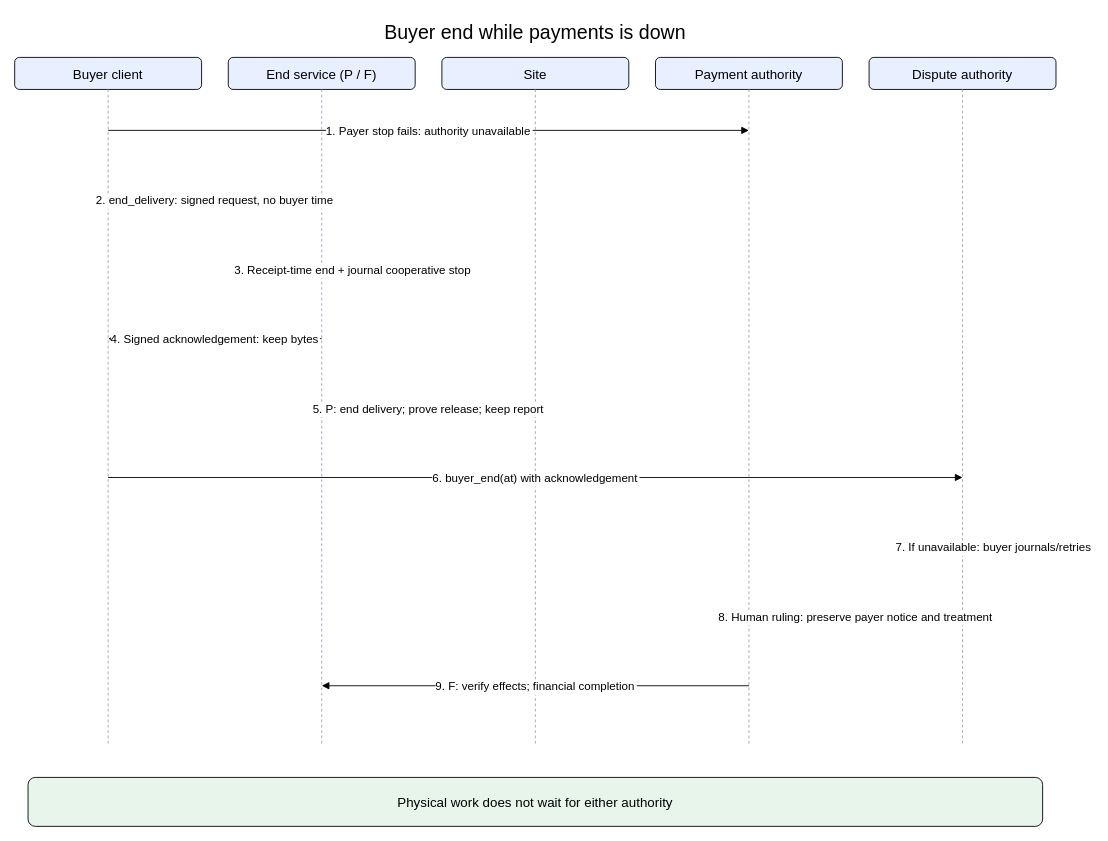
This is openspec/changes/converge-ongoing-compute-leases/diagrams/01-buyer-cancel-payments-down.drawio from arkhai-io/simple-compute-market, a draw.io file, before an edit. Source tidied: cells renumbered, new cells numbered last; positions are measured from the earlier drawing's top-left corner, leaving out a move shared by most shapes. Both pictures are drawn from the tidied source at 89%, with x=0, y=0 at pixel (14, 14).
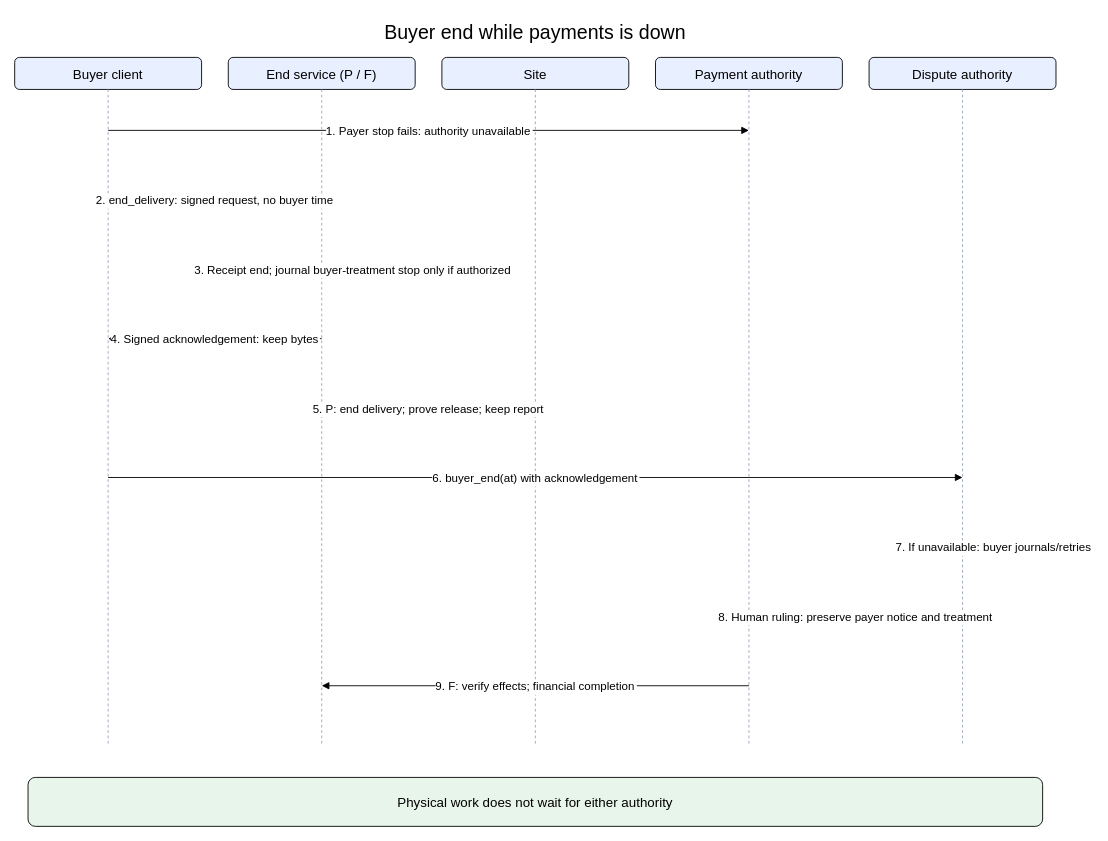
After the change.

Change to the diagram source:
```diff
@@
-    <mxCell id="15" value="3. Receipt-time end + journal cooperative stop" style="endArrow=block;fontSize=13;labelBackgroundColor=#ffffff;" parent="1" edge="1">
+    <mxCell id="15" value="3. Receipt end; journal buyer-treatment stop only if authorized" style="endArrow=block;fontSize=13;labelBackgroundColor=#ffffff;" parent="1" edge="1">
       <mxGeometry relative="1" as="geometry">
         <mxPoint x="345" y="286" as="sourcePoint" />
         <mxPoint x="415" y="286" as="targetPoint" />
       </mxGeometry>
     </mxCell>
```
